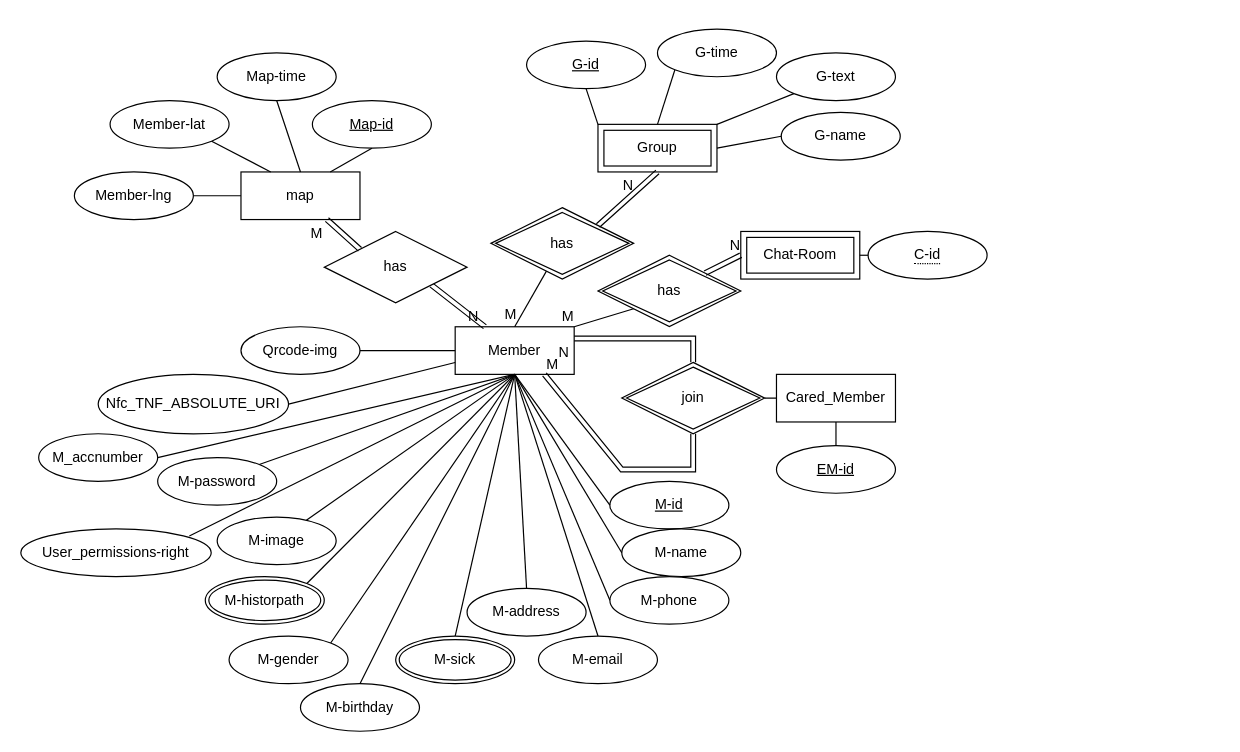
Before: page "ER-Mod" (3 of 3) of Untitled Diagram.drawio in may900620/codepanimg, a draw.io diagram. Source tidied: cells renumbered, new cells numbered last; positions are measured from the earlier drawing's top-left corner, leaving out a move shared by most shapes. Both pictures are drawn from the tidied source at 119%, with x=0, y=0 at pixel (20, 29).
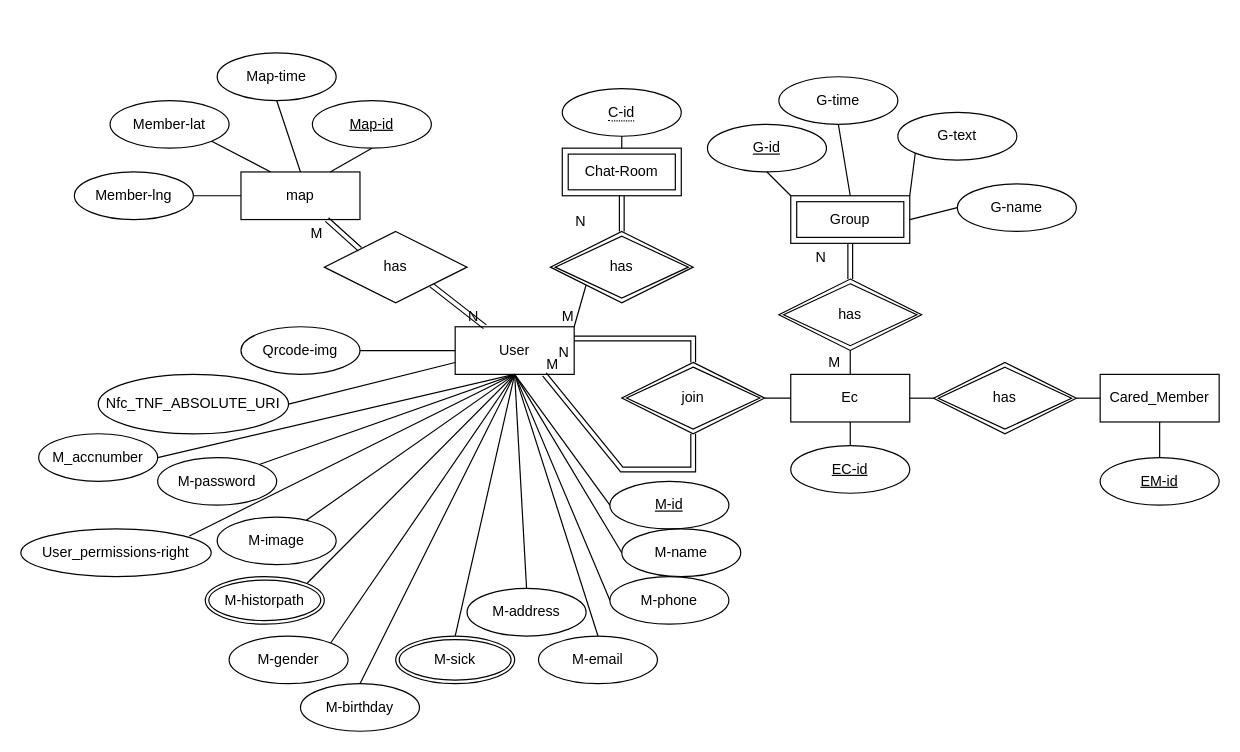
After the change.

The edit, as a diff of the source:
```diff
@@
-    <mxCell id="3" value="Member" style="whiteSpace=wrap;html=1;align=center;" parent="1" vertex="1">
+    <mxCell id="3" value="User" style="whiteSpace=wrap;html=1;align=center;" parent="1" vertex="1">
       <mxGeometry x="365" y="250.1" width="100" height="40" as="geometry" />
     </mxCell>
@@
-    <mxCell id="51" value="Cared_Member" style="whiteSpace=wrap;html=1;align=center;" parent="1" vertex="1">
-      <mxGeometry x="635" y="290.1" width="100" height="40" as="geometry" />
+    <mxCell id="51" value="Ec" style="whiteSpace=wrap;html=1;align=center;" parent="1" vertex="1">
+      <mxGeometry x="647" y="290.1" width="100" height="40" as="geometry" />
     </mxCell>
@@
     <mxCell id="53" value="EM-id" style="ellipse;whiteSpace=wrap;html=1;align=center;gradientColor=none;fontStyle=4;" parent="1" vertex="1">
-      <mxGeometry x="635" y="350" width="100" height="40" as="geometry" />
+      <mxGeometry x="907" y="360" width="100" height="40" as="geometry" />
     </mxCell>
-    <mxCell id="54" style="endArrow=none;html=1;rounded=0;exitX=0.5;exitY=1;exitDx=0;exitDy=0;" parent="1" edge="1" source="51" target="53">
+    <mxCell id="54" style="endArrow=none;html=1;rounded=0;exitX=0.5;exitY=1;exitDx=0;exitDy=0;" parent="1" edge="1" source="82" target="53">
       <mxGeometry relative="1" as="geometry" />
     </mxCell>
     <mxCell id="55" value="Chat-Room" style="shape=ext;margin=3;double=1;whiteSpace=wrap;html=1;align=center;gradientColor=none;" parent="1" vertex="1">
-      <mxGeometry x="605" y="170" width="100" height="40" as="geometry" />
+      <mxGeometry x="455" y="100" width="100" height="40" as="geometry" />
     </mxCell>
     <mxCell id="56" value="Group" style="shape=ext;margin=3;double=1;whiteSpace=wrap;html=1;align=center;gradientColor=none;" parent="1" vertex="1">
-      <mxGeometry x="485" y="80" width="100" height="40" as="geometry" />
+      <mxGeometry x="647" y="140" width="100" height="40" as="geometry" />
     </mxCell>
     <mxCell id="57" value="&lt;span style=&quot;border-bottom: 1px dotted&quot;&gt;C-id&lt;/span&gt;" style="ellipse;whiteSpace=wrap;html=1;align=center;gradientColor=none;" parent="1" vertex="1">
-      <mxGeometry x="712" y="170" width="100" height="40" as="geometry" />
+      <mxGeometry x="455" y="50" width="100" height="40" as="geometry" />
     </mxCell>
     <mxCell id="58" value="G-name" style="ellipse;whiteSpace=wrap;html=1;align=center;gradientColor=none;" parent="1" vertex="1">
-      <mxGeometry x="639" y="70" width="100" height="40" as="geometry" />
+      <mxGeometry x="787" y="130" width="100" height="40" as="geometry" />
     </mxCell>
     <mxCell id="59" value="G-text" style="ellipse;whiteSpace=wrap;html=1;align=center;gradientColor=none;" parent="1" vertex="1">
-      <mxGeometry x="635" y="20" width="100" height="40" as="geometry" />
+      <mxGeometry x="737" y="70" width="100" height="40" as="geometry" />
     </mxCell>
     <mxCell id="60" value="G-time" style="ellipse;whiteSpace=wrap;html=1;align=center;gradientColor=none;" parent="1" vertex="1">
-      <mxGeometry x="535" width="100" height="40" as="geometry" />
+      <mxGeometry x="637" y="40" width="100" height="40" as="geometry" />
     </mxCell>
     <mxCell id="61" value="&lt;div&gt;G-id&lt;/div&gt;" style="ellipse;whiteSpace=wrap;html=1;align=center;fontStyle=4;gradientColor=none;" parent="1" vertex="1">
-      <mxGeometry x="425" y="10" width="100" height="40" as="geometry" />
+      <mxGeometry x="577" y="80" width="100" height="40" as="geometry" />
     </mxCell>
@@
-    <mxCell id="65" style="endArrow=none;html=1;rounded=0;entryX=0.5;entryY=0;entryDx=0;entryDy=0;exitX=0;exitY=1;exitDx=0;exitDy=0;" parent="1" edge="1" source="60" target="56">
+    <mxCell id="65" style="endArrow=none;html=1;rounded=0;entryX=0.5;entryY=0;entryDx=0;entryDy=0;exitX=0.5;exitY=1;exitDx=0;exitDy=0;" parent="1" edge="1" source="60" target="56">
       <mxGeometry relative="1" as="geometry" />
     </mxCell>
-    <mxCell id="66" style="endArrow=none;html=1;rounded=0;entryX=1;entryY=0.5;entryDx=0;entryDy=0;exitX=0;exitY=0.5;exitDx=0;exitDy=0;" parent="1" edge="1" source="57" target="55">
+    <mxCell id="66" style="endArrow=none;html=1;rounded=0;entryX=0.5;entryY=0;entryDx=0;entryDy=0;exitX=0.5;exitY=1;exitDx=0;exitDy=0;" parent="1" edge="1" source="57" target="55">
       <mxGeometry relative="1" as="geometry" />
     </mxCell>
     <mxCell id="67" value="has" style="shape=rhombus;double=1;perimeter=rhombusPerimeter;whiteSpace=wrap;html=1;align=center;gradientColor=none;" parent="1" vertex="1">
-      <mxGeometry x="485" y="190" width="120" height="60" as="geometry" />
+      <mxGeometry x="445" y="170" width="120" height="60" as="geometry" />
     </mxCell>
-    <mxCell id="68" style="shape=link;html=1;rounded=0;exitX=0;exitY=0.5;exitDx=0;exitDy=0;entryX=1;entryY=0;entryDx=0;entryDy=0;" parent="1" edge="1" source="55" target="67">
+    <mxCell id="68" style="shape=link;html=1;rounded=0;exitX=0.5;exitY=1;exitDx=0;exitDy=0;entryX=0.5;entryY=0;entryDx=0;entryDy=0;" parent="1" edge="1" source="55" target="67">
       <mxGeometry relative="1" as="geometry" />
     </mxCell>
     <mxCell id="69" value="has" style="shape=rhombus;double=1;perimeter=rhombusPerimeter;whiteSpace=wrap;html=1;align=center;gradientColor=none;" parent="1" vertex="1">
-      <mxGeometry x="395" y="150" width="120" height="60" as="geometry" />
+      <mxGeometry x="637" y="210" width="120" height="60" as="geometry" />
     </mxCell>
@@
-    <mxCell id="71" style="shape=link;html=1;rounded=0;entryX=0.5;entryY=1;entryDx=0;entryDy=0;exitX=1;exitY=0;exitDx=0;exitDy=0;" parent="1" edge="1" source="69" target="56">
+    <mxCell id="71" style="shape=link;html=1;rounded=0;entryX=0.5;entryY=1;entryDx=0;entryDy=0;exitX=0.5;exitY=0;exitDx=0;exitDy=0;" parent="1" edge="1" source="69" target="56">
       <mxGeometry relative="1" as="geometry" />
     </mxCell>
@@
-    <mxCell id="73" style="endArrow=none;html=1;rounded=0;entryX=0.5;entryY=0;entryDx=0;entryDy=0;" parent="1" edge="1" source="69" target="3">
+    <mxCell id="73" style="endArrow=none;html=1;rounded=0;entryX=0.5;entryY=0;entryDx=0;entryDy=0;" parent="1" edge="1" source="69" target="51">
       <mxGeometry relative="1" as="geometry" />
     </mxCell>
     <mxCell id="74" value="N" style="html=1;align=right;verticalAlign=bottom;gradientColor=none;" parent="73" vertex="1">
       <mxGeometry x="1" relative="1" as="geometry">
-        <mxPoint x="190" y="-60" as="offset" />
+        <mxPoint x="-222" y="-120" as="offset" />
       </mxGeometry>
     </mxCell>
     <mxCell id="75" value="M" style="html=1;align=right;verticalAlign=bottom;gradientColor=none;" parent="1" vertex="1">
-      <mxGeometry x="495" y="250.1" as="geometry">
+      <mxGeometry x="767" y="290.1" as="geometry">
         <mxPoint x="-78" y="-2" as="offset" />
       </mxGeometry>
     </mxCell>
@@
+    <mxCell id="82" value="Cared_Member" style="whiteSpace=wrap;html=1;align=center;" parent="1" vertex="1">
+      <mxGeometry x="907" y="290.1" width="100" height="40" as="geometry" />
+    </mxCell>
+    <mxCell id="83" style="endArrow=none;html=1;rounded=0;exitX=1;exitY=0.5;exitDx=0;exitDy=0;entryX=0;entryY=0.5;entryDx=0;entryDy=0;startArrow=none;" parent="1" edge="1" source="84" target="82">
+      <mxGeometry relative="1" as="geometry" />
+    </mxCell>
+    <mxCell id="84" value="has" style="shape=rhombus;double=1;perimeter=rhombusPerimeter;whiteSpace=wrap;html=1;align=center;gradientColor=none;" parent="1" vertex="1">
+      <mxGeometry x="767" y="280.1" width="120" height="60" as="geometry" />
+    </mxCell>
+    <mxCell id="85" style="endArrow=none;html=1;rounded=0;exitX=1;exitY=0.5;exitDx=0;exitDy=0;entryX=0;entryY=0.5;entryDx=0;entryDy=0;" parent="1" edge="1" source="51" target="84">
+      <mxGeometry relative="1" as="geometry" />
+    </mxCell>
+    <mxCell id="86" value="EC-id" style="ellipse;whiteSpace=wrap;html=1;align=center;gradientColor=none;fontStyle=4;" parent="1" vertex="1">
+      <mxGeometry x="647" y="350" width="100" height="40" as="geometry" />
+    </mxCell>
+    <mxCell id="87" style="endArrow=none;html=1;rounded=0;exitX=0.5;exitY=1;exitDx=0;exitDy=0;entryX=0.5;entryY=0;entryDx=0;entryDy=0;" parent="1" edge="1" source="51" target="86">
+      <mxGeometry relative="1" as="geometry" />
+    </mxCell>
```
